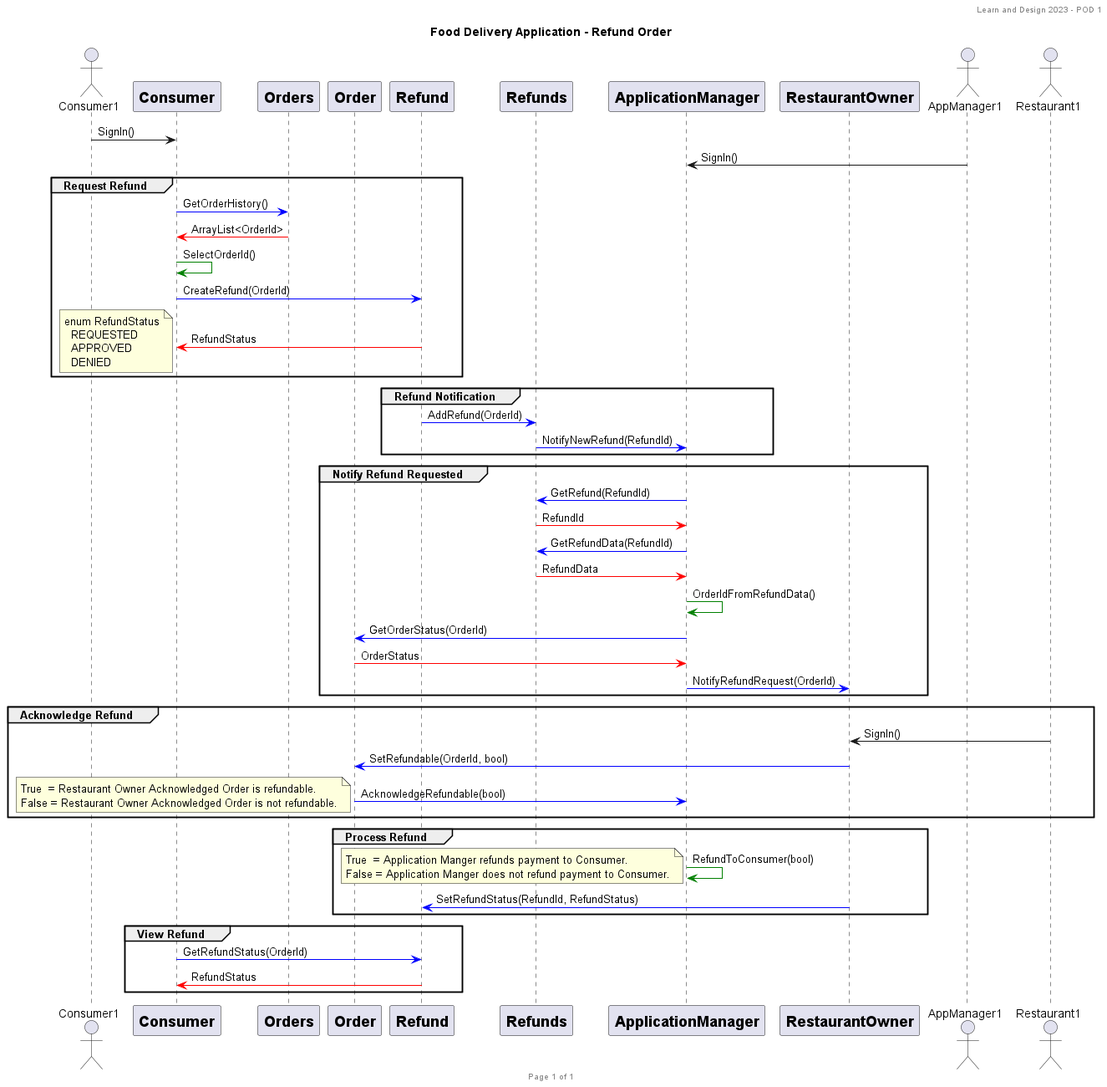
Earlier version of the PlantUML export SequenceDiagram/ApplicationManager-Refund-sequencey.png (WestonDockstader/FoodDeliveryApp). Source of this version:
```plantuml
@startuml
header Learn and Design 2023 - POD 1
footer Page %page% of %lastpage%

title: Food Delivery Application - Refund Order

actor Consumer1

participant Consumer [
    = Consumer
]

participant Orders [
    = Orders
]

participant Order [
    = Order
]

participant Refund [
    = Refund
]

participant Refunds [
    = Refunds
]

participant ApplicationManager [
    = ApplicationManager
]

participant RestaurantOwner [
    =  RestaurantOwner
]

actor AppManager1
actor Restaurant1


Consumer1 -> Consumer : SignIn()
ApplicationManager <- AppManager1 : SignIn()
    group Request Refund
Consumer -[#blue]> Orders : GetOrderHistory()
Consumer <[#red]- Orders : ArrayList<OrderId>
Consumer -[#green]> Consumer : SelectOrderId()
Consumer -[#blue]> Refund : CreateRefund(OrderId)
Consumer <[#red]- Refund : RefundStatus
        note left
        enum RefundStatus
          REQUESTED
          APPROVED
          DENIED
        end note
    end
    group Refund Notification
Refund -[#blue]> Refunds : AddRefund(OrderId)
Refunds -[#blue]> ApplicationManager : NotifyNewRefund(RefundId)
    end
    group Notify Refund Requested
Refunds <[#blue]- ApplicationManager : GetRefund(RefundId)
Refunds -[#red]> ApplicationManager : RefundId
Refunds <[#blue]- ApplicationManager : GetRefundData(RefundId)
Refunds -[#red]> ApplicationManager : RefundData
ApplicationManager -[#green]> ApplicationManager : OrderIdFromRefundData()
Order <[#blue]- ApplicationManager : GetOrderStatus(OrderId)
Order -[#red]> ApplicationManager : OrderStatus
ApplicationManager -[#blue]> RestaurantOwner : NotifyRefundRequest(OrderId)
    end
    group Acknowledge Refund
RestaurantOwner <- Restaurant1 : SignIn()
Order <[#blue]- RestaurantOwner : SetRefundable(OrderId, bool)
Order -[#blue]> ApplicationManager : AcknowledgeRefundable(bool)
        note left
          True  = Restaurant Owner Acknowledged Order is refundable.
          False = Restaurant Owner Acknowledged Order is not refundable.
        end note
    end
    group Process Refund
ApplicationManager -[#green]> ApplicationManager : RefundToConsumer(bool)
        note left
          True  = Application Manger refunds payment to Consumer.
          False = Application Manger does not refund payment to Consumer.
        end note
Refund <[#blue]- RestaurantOwner : SetRefundStatus(RefundId, RefundStatus)
    end
    group View Refund
Consumer -[#blue]> Refund: GetRefundStatus(OrderId)
Consumer <[#red]- Refund : RefundStatus
    end

@enduml
```
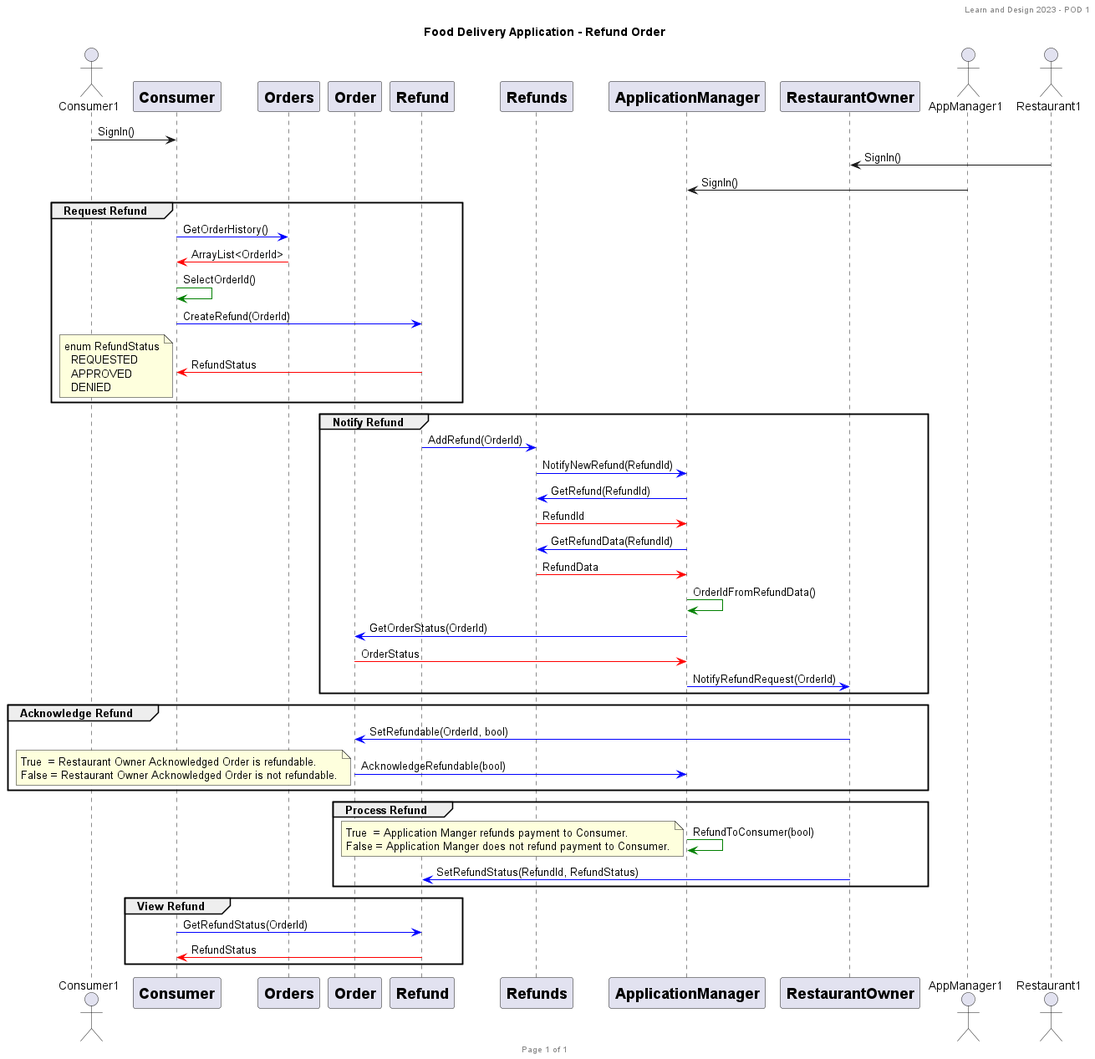
Later version of the same file.

What changed in the source:
```diff
@@ -37,9 +37,10 @@
 actor AppManager1
 actor Restaurant1
 
+Consumer1 -> Consumer : SignIn()
+RestaurantOwner <- Restaurant1 : SignIn()
+ApplicationManager <- AppManager1 : SignIn()
 
-Consumer1 -> Consumer : SignIn()
-ApplicationManager <- AppManager1 : SignIn()
     group Request Refund
 Consumer -[#blue]> Orders : GetOrderHistory()
 Consumer <[#red]- Orders : ArrayList<OrderId>
@@ -53,11 +54,9 @@
           DENIED
         end note
     end
-    group Refund Notification
+    group Notify Refund
 Refund -[#blue]> Refunds : AddRefund(OrderId)
 Refunds -[#blue]> ApplicationManager : NotifyNewRefund(RefundId)
-    end
-    group Notify Refund Requested
 Refunds <[#blue]- ApplicationManager : GetRefund(RefundId)
 Refunds -[#red]> ApplicationManager : RefundId
 Refunds <[#blue]- ApplicationManager : GetRefundData(RefundId)
@@ -68,7 +67,6 @@
 ApplicationManager -[#blue]> RestaurantOwner : NotifyRefundRequest(OrderId)
     end
     group Acknowledge Refund
-RestaurantOwner <- Restaurant1 : SignIn()
 Order <[#blue]- RestaurantOwner : SetRefundable(OrderId, bool)
 Order -[#blue]> ApplicationManager : AcknowledgeRefundable(bool)
         note left
```
